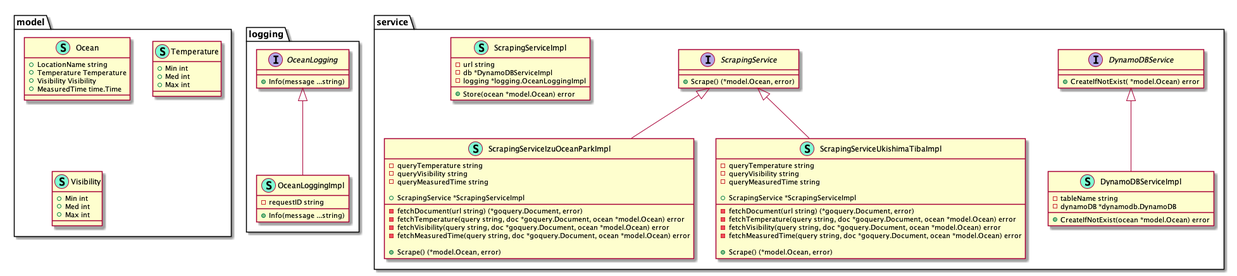
The PlantUML diagram out/docs/class/class.png in t29mato/divers-ocean-map, before a commit.
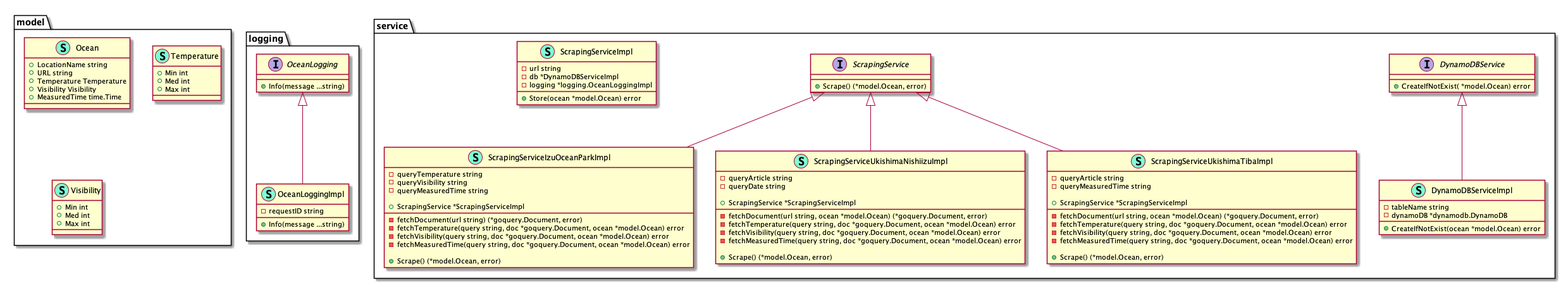
The same diagram one commit later.

Diff of the diagram source:
```diff
@@ -17,6 +17,7 @@
 namespace model {
     class Ocean << (S,Aquamarine) >> {
         + LocationName string
+        + URL string
         + Temperature Temperature
         + Visibility Visibility
         + MeasuredTime time.Time
@@ -76,14 +77,27 @@
         + Scrape() (*model.Ocean, error)
 
     }
+    class ScrapingServiceUkishimaNishiizuImpl << (S,Aquamarine) >> {
+        - queryArticle string
+        - queryDate string
+
+        + ScrapingService *ScrapingServiceImpl
+
+        - fetchDocument(url string, ocean *model.Ocean) (*goquery.Document, error)
+        - fetchTemperature(query string, doc *goquery.Document, ocean *model.Ocean) error
+        - fetchVisibility(query string, doc *goquery.Document, ocean *model.Ocean) error
+        - fetchMeasuredTime(query string, doc *goquery.Document, ocean *model.Ocean) error
+
+        + Scrape() (*model.Ocean, error)
+
+    }
     class ScrapingServiceUkishimaTibaImpl << (S,Aquamarine) >> {
-        - queryTemperature string
-        - queryVisibility string
+        - queryArticle string
         - queryMeasuredTime string
 
         + ScrapingService *ScrapingServiceImpl
 
-        - fetchDocument(url string) (*goquery.Document, error)
+        - fetchDocument(url string, ocean *model.Ocean) (*goquery.Document, error)
         - fetchTemperature(query string, doc *goquery.Document, ocean *model.Ocean) error
         - fetchVisibility(query string, doc *goquery.Document, ocean *model.Ocean) error
         - fetchMeasuredTime(query string, doc *goquery.Document, ocean *model.Ocean) error
@@ -95,6 +109,7 @@
 
 "service.DynamoDBService" <|-- "service.DynamoDBServiceImpl"
 "service.ScrapingService" <|-- "service.ScrapingServiceIzuOceanParkImpl"
+"service.ScrapingService" <|-- "service.ScrapingServiceUkishimaNishiizuImpl"
 "service.ScrapingService" <|-- "service.ScrapingServiceUkishimaTibaImpl"
 
 @enduml
```
